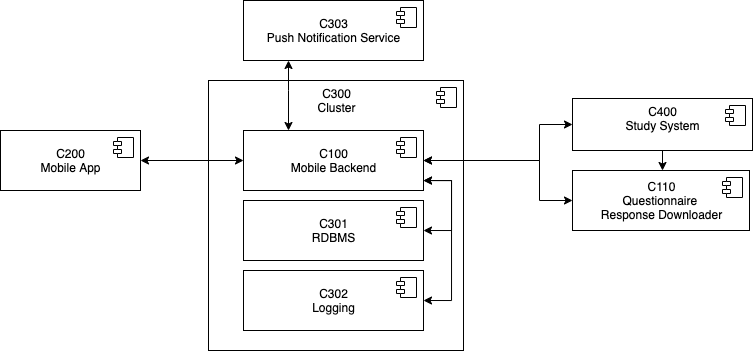
Above: docs/architecture/images/componentDiagram.png in NUMde/compass-numapp (draw.io), before the change. Source tidied: cells renumbered, new cells last; positions are measured from the earlier drawing's top-left corner, leaving out a move shared by most shapes.
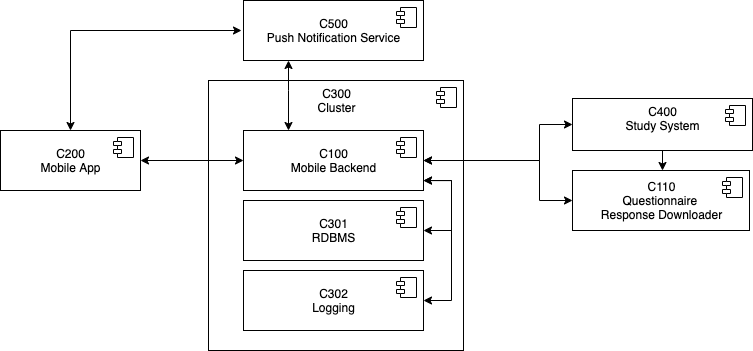
Later version of the same file.

Commit message:
Details for push service added

Diff of the diagram source:
```diff
@@ -69,7 +69,7 @@
         </Array>
       </mxGeometry>
     </mxCell>
-    <mxCell id="17" value="C303&lt;br&gt;Push Notification Service" style="html=1;" parent="1" vertex="1">
+    <mxCell id="17" value="C500&lt;br&gt;Push Notification Service" style="html=1;" parent="1" vertex="1">
       <mxGeometry x="243" width="180" height="60" as="geometry" />
     </mxCell>
     <mxCell id="18" style="shape=module;jettyWidth=8;jettyHeight=4;" parent="17" vertex="1">
@@ -118,5 +118,13 @@
         </Array>
       </mxGeometry>
     </mxCell>
+    <mxCell id="25" style="endArrow=classic;html=1;exitX=0.5;exitY=0;exitDx=0;exitDy=0;startArrow=classic;startFill=1;rounded=0;" parent="1" edge="1" source="10">
+      <mxGeometry relative="1" as="geometry">
+        <mxPoint x="241" y="30" as="targetPoint" />
+        <Array as="points">
+          <mxPoint x="70" y="30" />
+        </Array>
+      </mxGeometry>
+    </mxCell>
   </root>
 </mxGraphModel>
```
